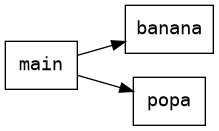
Before: build/png/callgraph.png, a diagram exported from Graphviz (ArtemkaSheremetev/ProgLangs). Its source is kept beside it as build/callgraph.dot. Source of this version:
```dot
digraph CallGraph {
  rankdir=LR;
  node [shape=box, fontname="Courier"];

  "main";

  "main" -> "banana";
  "main" -> "popa";
}
```
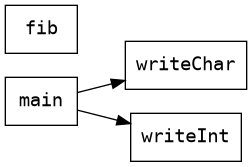
After the commit.

The edit, as a diff of the source:
```diff
@@ -4,6 +4,5 @@
 
   "main";
 
-  "main" -> "banana";
-  "main" -> "popa";
+  "main" -> "writeChar";
 }
```
